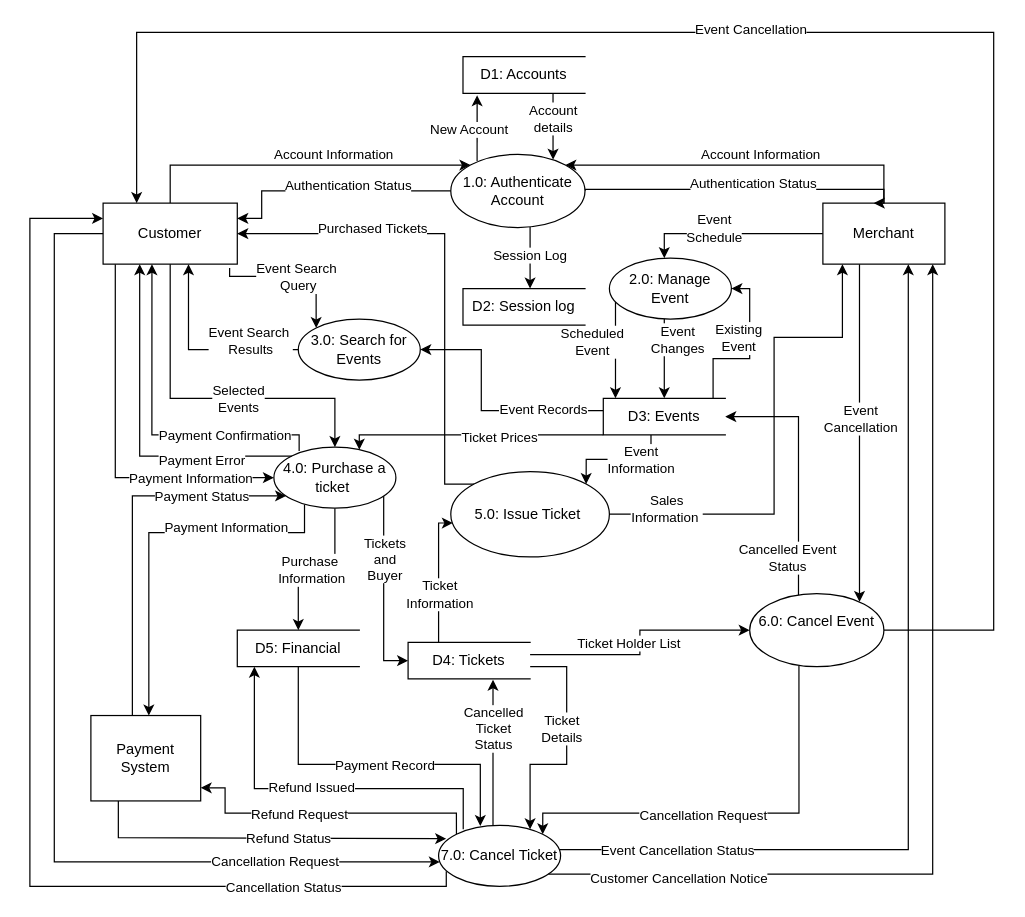
SteveWChang/UMGC-ITEC--630-Ticketing-System-Modeling-and-Analysis keeps this draw.io diagram as page "Level 1 Diagram" (2 of 9) of ITEC 630 DFD Ticket Mangement System .drawio. Above is the earlier version. Source tidied: cells renumbered, new cells numbered last; positions are measured from the earlier drawing's top-left corner, leaving out a move shared by most shapes. Both pictures are drawn from the tidied source at 122%, with x=0, y=0 at pixel (29, 32).
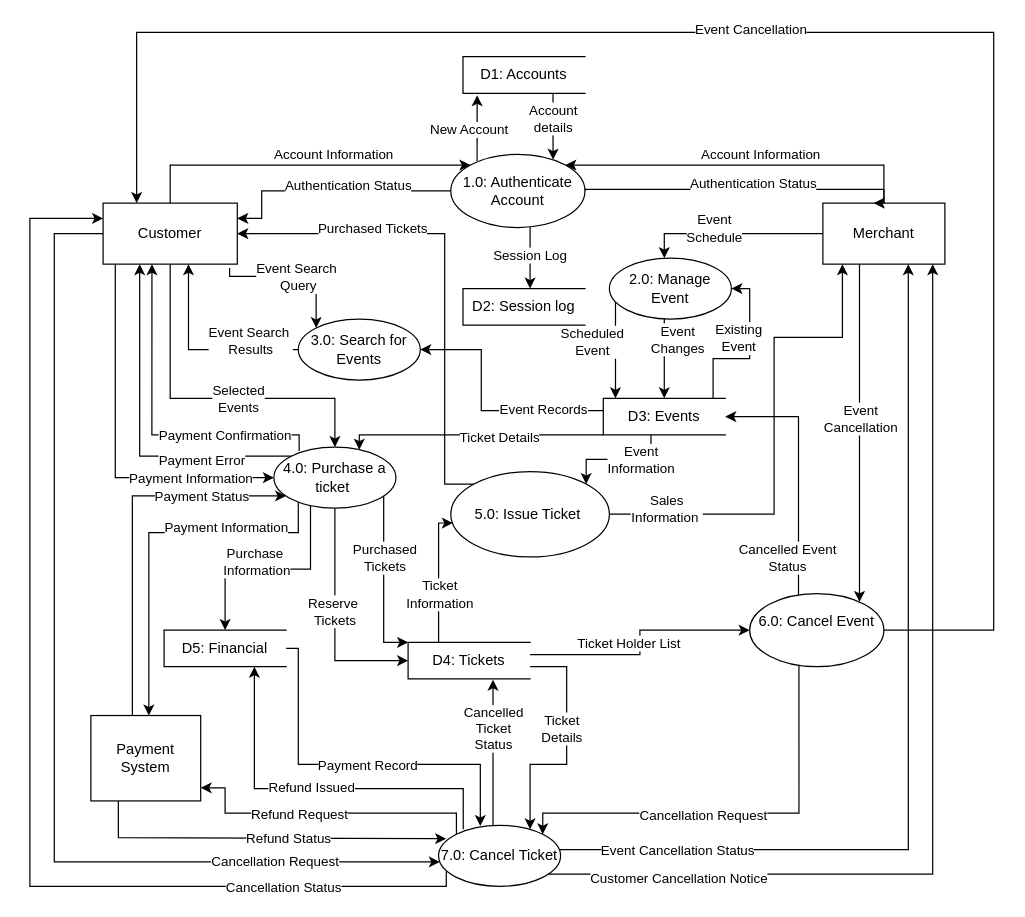
Above is the later version.

Commit message (it also covers changes not shown here):
Add additional Verify Tickets Available process to 4.0 Update ITEC 630 DFD Ticket Mangement System .drawio

Unchanged cells that the change refers to:
```xml
<mxCell id="18" style="edgeStyle=orthogonalEdgeStyle;rounded=0;jettySize=auto;html=1;" parent="1" edge="1" source="22" target="31">
  <mxGeometry x="0.08" relative="1" as="geometry">
    <Array as="points">
      <mxPoint x="270" y="330" />
    </Array>
  </mxGeometry>
</mxCell>
<mxCell id="31" value="4.0: Purchase a ticket&amp;nbsp;" style="shape=ellipse;html=1;dashed=0;whiteSpace=wrap;perimeter=ellipsePerimeter;" parent="1" vertex="1">
  <mxGeometry x="200" y="340" width="100" height="50" as="geometry" />
</mxCell>
<mxCell id="41" value="Payment System" style="html=1;dashed=0;whiteSpace=wrap;" parent="1" vertex="1">
  <mxGeometry x="50" y="560" width="90" height="70" as="geometry" />
</mxCell>
<mxCell id="94" value="D4: Tickets" style="html=1;dashed=0;whiteSpace=wrap;shape=partialRectangle;right=0;" parent="1" vertex="1">
  <mxGeometry x="310" y="500" width="100" height="30" as="geometry" />
</mxCell>
```

What changed in the source:
```diff
@@
-    <mxCell id="19" value="Ticket Prices" style="edgeLabel;html=1;align=center;verticalAlign=middle;" parent="18" vertex="1">
+    <mxCell id="19" value="Ticket Details" style="edgeLabel;html=1;align=center;verticalAlign=middle;" parent="18" vertex="1">
       <mxGeometry x="-0.19" y="1" relative="1" as="geometry" />
     </mxCell>
@@
     <mxCell id="23" style="edgeStyle=orthogonalEdgeStyle;rounded=0;jettySize=auto;html=1;" parent="1" edge="1" source="31" target="44">
-      <mxGeometry x="-0.67" relative="1" as="geometry" />
+      <mxGeometry x="-0.67" relative="1" as="geometry">
+        <Array as="points">
+          <mxPoint x="230" y="440" />
+          <mxPoint x="160" y="440" />
+        </Array>
+      </mxGeometry>
     </mxCell>
     <mxCell id="24" value="&lt;div&gt;Purchase&amp;nbsp;&lt;/div&gt;&lt;div&gt;Information&lt;/div&gt;" style="edgeLabel;html=1;align=center;verticalAlign=middle;" parent="23" vertex="1">
       <mxGeometry x="-0.44" y="2" relative="1" as="geometry">
-        <mxPoint x="-22" y="14" as="offset" />
+        <mxPoint x="-47" y="-2" as="offset" />
       </mxGeometry>
     </mxCell>
-    <mxCell id="25" style="edgeStyle=orthogonalEdgeStyle;rounded=0;jettySize=auto;html=1;exitX=0.251;exitY=0.939;exitDx=0;exitDy=0;exitPerimeter=0;strokeWidth=1;" parent="1" edge="1" source="31" target="41">
+    <mxCell id="25" style="edgeStyle=orthogonalEdgeStyle;rounded=0;jettySize=auto;html=1;strokeWidth=1;" parent="1" edge="1" source="31" target="41">
       <mxGeometry x="0.12" relative="1" as="geometry">
         <Array as="points">
-          <mxPoint x="225.1" y="410" />
+          <mxPoint x="220" y="410" />
           <mxPoint x="97.5" y="410" />
         </Array>
       </mxGeometry>
     </mxCell>
     <mxCell id="26" value="Payment Information" style="edgeLabel;html=1;align=center;verticalAlign=middle;" parent="25" vertex="1">
-      <mxGeometry x="-0.68" y="-1" relative="1" as="geometry">
+      <mxGeometry x="-0.7" y="-1" relative="1" as="geometry">
         <mxPoint x="-40" y="-4" as="offset" />
       </mxGeometry>
     </mxCell>
-    <mxCell id="27" style="edgeStyle=orthogonalEdgeStyle;rounded=0;jettySize=auto;html=1;entryX=0;entryY=0.5;entryDx=0;entryDy=0;" parent="1" edge="1" source="31" target="94">
-      <mxGeometry x="-0.65" relative="1" as="geometry">
+    <mxCell id="27" style="edgeStyle=orthogonalEdgeStyle;rounded=0;jettySize=auto;html=1;" parent="1" edge="1" source="31" target="94">
+      <mxGeometry x="-0.61" relative="1" as="geometry">
         <Array as="points">
-          <mxPoint x="290" y="515" />
+          <mxPoint x="290" y="500" />
         </Array>
       </mxGeometry>
     </mxCell>
-    <mxCell id="28" value="&lt;div&gt;Tickets&lt;/div&gt;&lt;div&gt;and&lt;/div&gt;&lt;div&gt;Buyer&lt;/div&gt;" style="edgeLabel;html=1;align=center;verticalAlign=middle;" parent="27" vertex="1">
-      <mxGeometry x="-0.67" relative="1" as="geometry">
+    <mxCell id="28" value="&lt;div&gt;Purchased&lt;/div&gt;&lt;div&gt;Tickets&lt;/div&gt;" style="edgeLabel;html=1;align=center;verticalAlign=middle;" parent="27" vertex="1">
+      <mxGeometry x="-0.64" relative="1" as="geometry">
         <mxPoint y="25" as="offset" />
       </mxGeometry>
     </mxCell>
@@
+    <mxCell id="101" style="edgeStyle=orthogonalEdgeStyle;rounded=0;jettySize=auto;html=1;" parent="1" edge="1" source="31" target="94">
+      <mxGeometry relative="1" as="geometry">
+        <Array as="points">
+          <mxPoint x="250" y="515" />
+        </Array>
+      </mxGeometry>
+    </mxCell>
+    <mxCell id="102" value="&lt;div&gt;Reserve&amp;nbsp;&lt;/div&gt;&lt;div&gt;Tickets&lt;/div&gt;" style="edgeLabel;html=1;align=center;verticalAlign=middle;" parent="101" vertex="1">
+      <mxGeometry x="-0.09" y="-1" relative="1" as="geometry" />
+    </mxCell>
@@
     <mxCell id="44" value="D5: Financial" style="html=1;dashed=0;whiteSpace=wrap;shape=partialRectangle;right=0;" parent="1" vertex="1">
-      <mxGeometry x="170" y="490" width="100" height="30" as="geometry" />
+      <mxGeometry x="110" y="490" width="100" height="30" as="geometry" />
     </mxCell>
```
